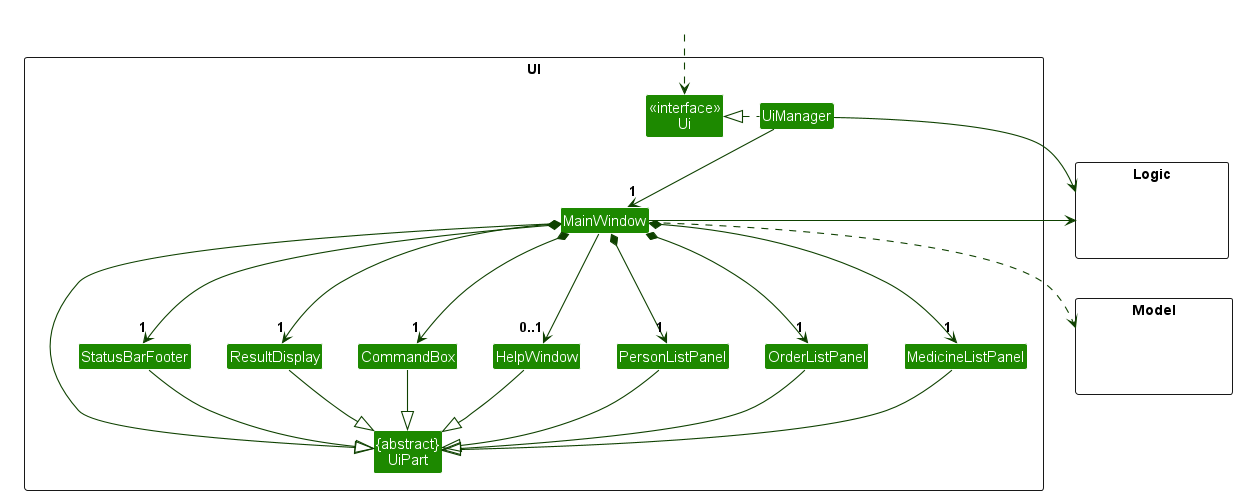
timetraveller-123/tp keeps this PlantUML diagram as docs/images/UiClassDiagram.png. Above is the earlier version.
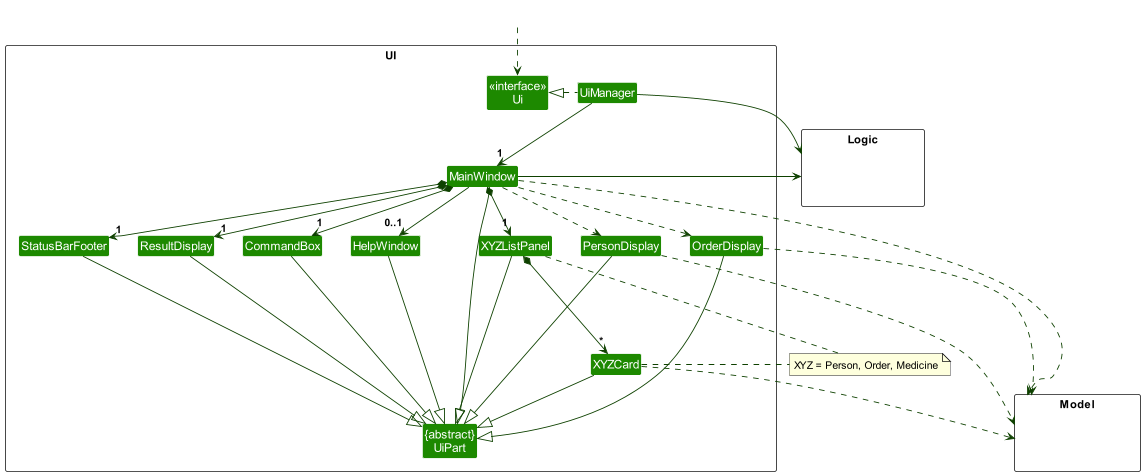
Later version of the same file.

Commit message:
Add instruction for manual testing medicine

What changed in the source:
```diff
@@ -11,10 +11,12 @@
 Class MainWindow
 Class HelpWindow
 Class ResultDisplay
-Class PersonListPanel
-Class OrderListPanel
-Class MedicineListPanel
 Class StatusBarFooter
+Class PersonDisplay
+Class OrderDisplay
+Class XYZListPanel
+Class XYZCard
+
 Class CommandBox
 }
 
@@ -33,34 +35,47 @@
 UiManager -down-> "1" MainWindow
 MainWindow *-down->  "1" CommandBox
 MainWindow *-down-> "1" ResultDisplay
-MainWindow *-down-> "1" PersonListPanel
-MainWindow *-down-> "1" OrderListPanel
-MainWindow *-down-> "1" MedicineListPanel
 MainWindow *-down-> "1" StatusBarFooter
+MainWindow *-down-> "1" XYZListPanel
+MainWindow .down.> PersonDisplay
+MainWindow .down.> OrderDisplay
+
 MainWindow --> "0..1" HelpWindow
+XYZListPanel *-down--> "*" XYZCard
 
 
 
 MainWindow -left-|> UiPart
-
 ResultDisplay --|> UiPart
 CommandBox --|> UiPart
-PersonListPanel --|> UiPart
-MedicineListPanel --|> UiPart
-OrderListPanel --|> UiPart
-
+XYZListPanel ----|> UiPart
+PersonDisplay ----|> UiPart
+OrderDisplay ----|> UiPart
 StatusBarFooter --|> UiPart
 HelpWindow --|> UiPart
+XYZCard --|> UiPart
 
-MainWindow ..> Model
+MainWindow .> Model
+PersonDisplay .> Model
+OrderDisplay .> Model
+XYZCard ..> Model
+
+
 UiManager -right-> Logic
 MainWindow -left-> Logic
 
 
-PersonListPanel -[hidden]left- HelpWindow
 HelpWindow -[hidden]left- CommandBox
 CommandBox -[hidden]left- ResultDisplay
 ResultDisplay -[hidden]left- StatusBarFooter
 
+note as N1
+XYZ = Person, Order, Medicine
+end note
+
+N1 .left XYZListPanel
+N1 .left XYZCard
+
+
 MainWindow -[hidden]-|> UiPart
 @enduml
```
